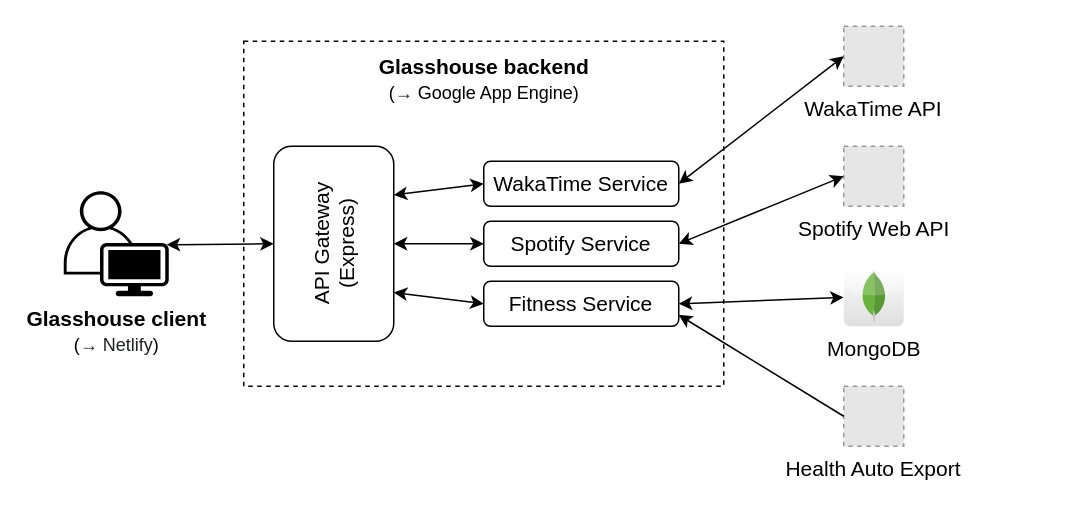
The draw.io diagram docs/glasshouse-architecture.drawio in leo-pfeiffer/glasshouse, before the edit. Source tidied: cells renumbered, new cells numbered last; positions are measured from the earlier drawing's top-left corner, leaving out a move shared by most shapes. Both pictures are drawn from the tidied source at 150%, with x=0, y=0 at pixel (63, 26). Pictures stored in the file or linked from it are replaced by grey dashed boxes.
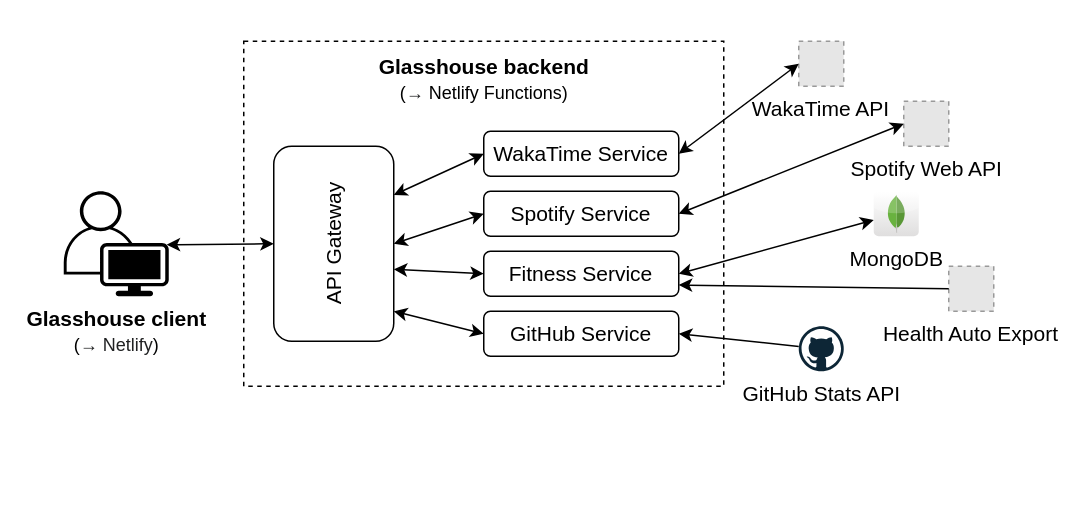
After the change.

The edit, as a diff of the source:
```diff
@@
-    <mxCell id="4" value="&lt;b&gt;Glasshouse backend&lt;/b&gt;&lt;br&gt;&lt;font style=&quot;font-size: 12px&quot;&gt;(&lt;span style=&quot;color: rgb(32 , 33 , 34) ; font-family: sans-serif&quot;&gt;→&amp;nbsp;&lt;/span&gt;Google App Engine)&lt;/font&gt;" style="text;html=1;strokeColor=none;fillColor=none;align=center;verticalAlign=middle;whiteSpace=wrap;rounded=0;dashed=1;fontSize=14;" parent="1" vertex="1">
+    <mxCell id="4" value="&lt;b&gt;Glasshouse backend&lt;/b&gt;&lt;br&gt;&lt;font style=&quot;font-size: 12px&quot;&gt;(&lt;span style=&quot;color: rgb(32 , 33 , 34) ; font-family: sans-serif&quot;&gt;→&amp;nbsp;&lt;/span&gt;Netlify Functions)&lt;/font&gt;" style="text;html=1;strokeColor=none;fillColor=none;align=center;verticalAlign=middle;whiteSpace=wrap;rounded=0;dashed=1;fontSize=14;" parent="1" vertex="1">
       <mxGeometry x="197.5" y="20" width="165" height="30" as="geometry" />
     </mxCell>
-    <mxCell id="5" value="API Gateway&lt;br style=&quot;font-size: 14px;&quot;&gt;(Express)" style="rounded=1;whiteSpace=wrap;html=1;fillColor=none;horizontal=0;fontSize=14;" parent="1" vertex="1">
+    <mxCell id="5" value="API Gateway" style="rounded=1;whiteSpace=wrap;html=1;fillColor=none;horizontal=0;fontSize=14;" parent="1" vertex="1">
       <mxGeometry x="140" y="80" width="80" height="130" as="geometry" />
     </mxCell>
     <mxCell id="6" value="WakaTime Service" style="rounded=1;whiteSpace=wrap;html=1;fillColor=none;fontSize=14;" parent="1" vertex="1">
-      <mxGeometry x="280" y="90" width="130" height="30" as="geometry" />
+      <mxGeometry x="280" y="70" width="130" height="30" as="geometry" />
     </mxCell>
     <mxCell id="7" value="Spotify Service" style="rounded=1;whiteSpace=wrap;html=1;fillColor=none;fontSize=14;" parent="1" vertex="1">
-      <mxGeometry x="280" y="130" width="130" height="30" as="geometry" />
+      <mxGeometry x="280" y="110" width="130" height="30" as="geometry" />
     </mxCell>
     <mxCell id="8" value="Fitness Service" style="rounded=1;whiteSpace=wrap;html=1;fillColor=none;fontSize=14;" parent="1" vertex="1">
-      <mxGeometry x="280" y="170" width="130" height="30" as="geometry" />
+      <mxGeometry x="280" y="150" width="130" height="30" as="geometry" />
     </mxCell>
@@
-    <mxCell id="12" style="endArrow=classic;startArrow=classic;html=1;rounded=0;exitX=1;exitY=0.75;exitDx=0;exitDy=0;entryX=0;entryY=0.5;entryDx=0;entryDy=0;fontSize=14;" parent="1" edge="1" source="5" target="8">
+    <mxCell id="12" style="endArrow=classic;startArrow=classic;html=1;rounded=0;exitX=1;exitY=0.631;exitDx=0;exitDy=0;entryX=0;entryY=0.5;entryDx=0;entryDy=0;fontSize=14;exitPerimeter=0;" parent="1" edge="1" source="5" target="8">
       <mxGeometry relative="1" as="geometry" />
     </mxCell>
     <mxCell id="13" value="WakaTime API" style="fillColor=#E6E6E6;strokeColor=#999999;dashed=1;verticalLabelPosition=bottom;labelBackgroundColor=none;verticalAlign=top;fontSize=14;" parent="1" vertex="1">
-      <mxGeometry x="520" width="40" height="40" as="geometry" />
+      <mxGeometry x="490" y="10" width="30" height="30" as="geometry" />
     </mxCell>
     <mxCell id="14" value="Spotify Web API" style="fillColor=#E6E6E6;strokeColor=#999999;dashed=1;html=1;verticalAlign=top;verticalLabelPosition=bottom;labelBackgroundColor=none;fontSize=14;" parent="1" vertex="1">
-      <mxGeometry x="520" y="80" width="40" height="40" as="geometry" />
+      <mxGeometry x="560" y="50" width="30" height="30" as="geometry" />
     </mxCell>
     <mxCell id="15" value="MongoDB" style="dashed=0;outlineConnect=0;html=1;align=center;labelPosition=center;verticalLabelPosition=bottom;verticalAlign=top;shape=mxgraph.webicons.mongodb;gradientColor=#DFDEDE;fontSize=14;" parent="1" vertex="1">
-      <mxGeometry x="520" y="160" width="40" height="40" as="geometry" />
+      <mxGeometry x="540" y="110" width="30" height="30" as="geometry" />
     </mxCell>
@@
     <mxCell id="19" value="Health Auto Export" style="fillColor=#E6E6E6;strokeColor=#999999;dashed=1;verticalLabelPosition=bottom;labelBackgroundColor=none;verticalAlign=top;fontSize=14;" parent="1" vertex="1">
-      <mxGeometry x="520" y="240" width="40" height="40" as="geometry" />
+      <mxGeometry x="590" y="160" width="30" height="30" as="geometry" />
     </mxCell>
@@
+    <mxCell id="21" value="&lt;font style=&quot;font-size: 14px;&quot;&gt;GitHub Stats API&lt;/font&gt;" style="dashed=0;outlineConnect=0;html=1;align=center;labelPosition=center;verticalLabelPosition=bottom;verticalAlign=top;shape=mxgraph.weblogos.github;" parent="1" vertex="1">
+      <mxGeometry x="490" y="200" width="30" height="30" as="geometry" />
+    </mxCell>
+    <mxCell id="22" value="GitHub Service" style="rounded=1;whiteSpace=wrap;html=1;fillColor=none;fontSize=14;" parent="1" vertex="1">
+      <mxGeometry x="280" y="190" width="130" height="30" as="geometry" />
+    </mxCell>
+    <mxCell id="23" style="endArrow=classic;startArrow=classic;html=1;rounded=0;entryX=0;entryY=0.5;entryDx=0;entryDy=0;fontSize=14;exitX=1;exitY=0.846;exitDx=0;exitDy=0;exitPerimeter=0;" parent="1" edge="1" source="5" target="22">
+      <mxGeometry relative="1" as="geometry" />
+    </mxCell>
+    <mxCell id="24" style="endArrow=none;startArrow=classic;html=1;rounded=0;exitX=1;exitY=0.5;exitDx=0;exitDy=0;endFill=0;fontSize=14;" parent="1" edge="1" source="22" target="21">
+      <mxGeometry relative="1" as="geometry" />
+    </mxCell>
```
